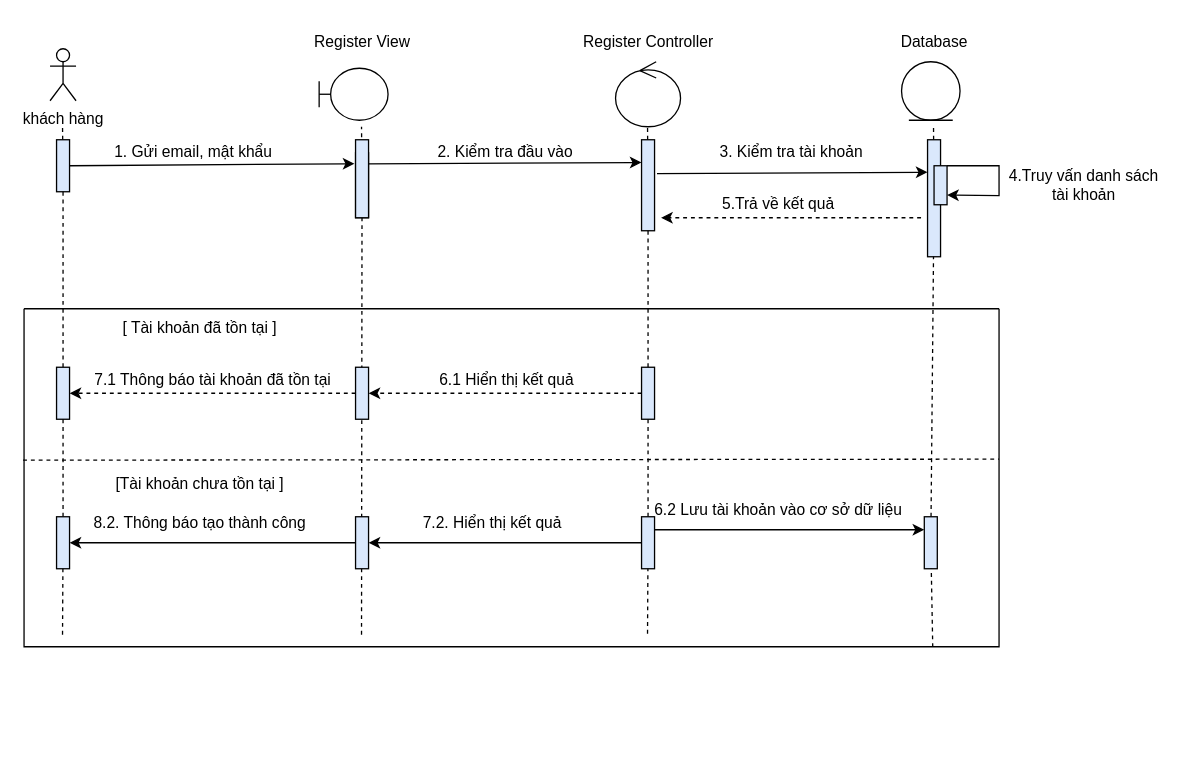
This is Nam3_HK1/CNPM_SoftTech/Sequence Diagrams/Quân Huỳnh/SD_ĐăngKý.drawio from EdgarIgnite16/SGU-Course, a draw.io file, before an edit. Source tidied: cells renumbered, new cells numbered last; positions are measured from the earlier drawing's top-left corner, leaving out a move shared by most shapes. Both pictures are drawn from the tidied source at 130%, with x=0, y=0 at pixel (23, 22).
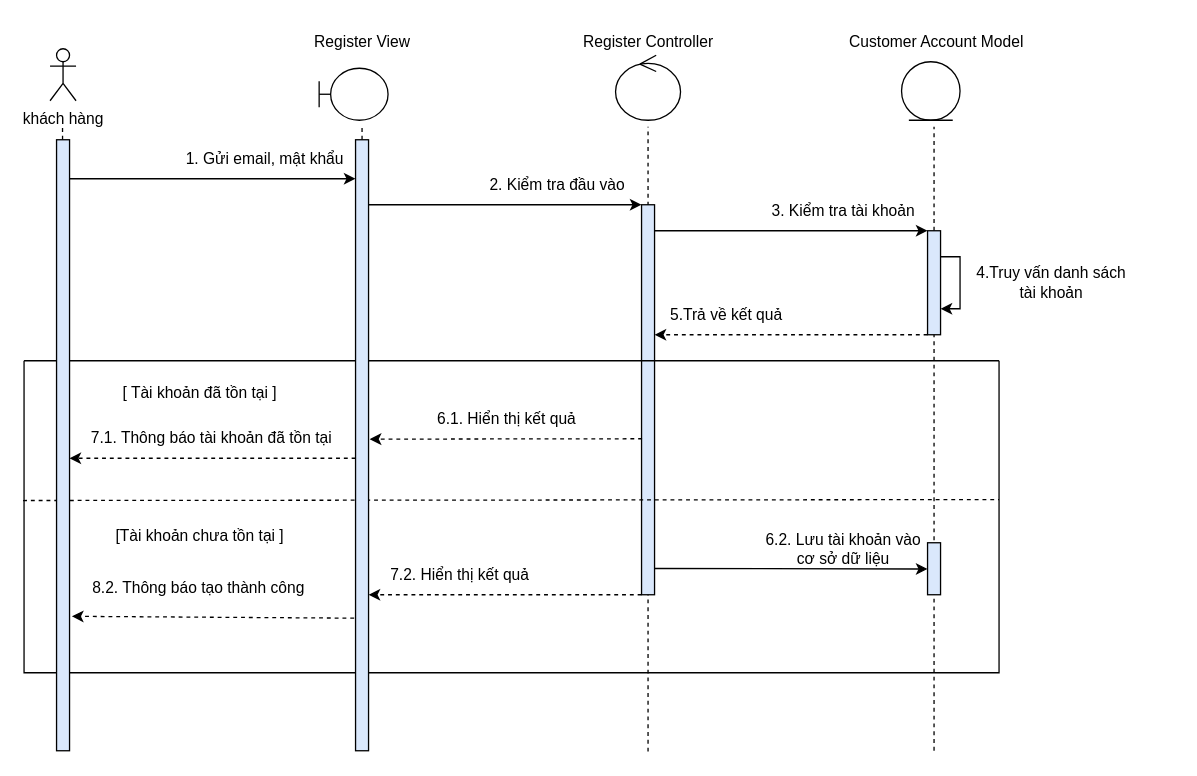
Above is the later version.

What changed in the source:
```diff
@@
-    <mxCell id="2" style="endArrow=none;dashed=1;html=1;rounded=0;" parent="1" edge="1" target="53">
-      <mxGeometry relative="1" as="geometry">
-        <mxPoint x="259.6" y="470.7" as="sourcePoint" />
-      </mxGeometry>
-    </mxCell>
+    <mxCell id="13" style="endArrow=none;dashed=1;html=1;rounded=0;startArrow=none;" parent="1" edge="1" target="12">
+      <mxGeometry relative="1" as="geometry">
+        <mxPoint x="480" y="305" as="sourcePoint" />
+      </mxGeometry>
+    </mxCell>
@@
-    <mxCell id="5" style="endArrow=none;dashed=1;html=1;rounded=0;startArrow=none;" parent="1" edge="1" source="53">
+    <mxCell id="5" style="endArrow=none;dashed=1;html=1;rounded=0;startArrow=none;exitX=0.5;exitY=0;exitDx=0;exitDy=0;" parent="1" edge="1" source="54">
       <mxGeometry relative="1" as="geometry">
-        <mxPoint x="259.6" y="80" as="targetPoint" />
+        <mxPoint x="260" y="80" as="targetPoint" />
       </mxGeometry>
     </mxCell>
-    <mxCell id="6" style="endArrow=none;dashed=1;html=1;rounded=0;startArrow=none;" parent="1" edge="1" source="12">
+    <mxCell id="6" style="endArrow=none;dashed=1;html=1;rounded=0;startArrow=none;" parent="1" edge="1">
       <mxGeometry relative="1" as="geometry">
-        <mxPoint x="479.6" y="79.3" as="targetPoint" />
+        <mxPoint x="480" y="560.6" as="sourcePoint" />
+        <mxPoint x="480" y="80" as="targetPoint" />
       </mxGeometry>
     </mxCell>
     <mxCell id="7" style="endArrow=none;dashed=1;html=1;rounded=0;startArrow=none;" parent="1" edge="1" source="17">
       <mxGeometry relative="1" as="geometry">
-        <mxPoint x="699.6" y="80" as="targetPoint" />
+        <mxPoint x="700" y="80" as="targetPoint" />
       </mxGeometry>
     </mxCell>
-    <mxCell id="8" style="rounded=0;whiteSpace=wrap;html=1;fillColor=#DAE8FC;" parent="1" vertex="1">
-      <mxGeometry x="25" y="90" width="10" height="40" as="geometry" />
-    </mxCell>
-    <mxCell id="9" style="endArrow=none;dashed=1;html=1;rounded=0;startArrow=none;" parent="1" edge="1" source="31" target="8">
-      <mxGeometry relative="1" as="geometry" />
-    </mxCell>
-    <mxCell id="10" style="endArrow=classic;html=1;rounded=0;entryX=-0.082;entryY=0.169;entryDx=0;entryDy=0;entryPerimeter=0;exitX=1;exitY=0.5;exitDx=0;exitDy=0;" parent="1" edge="1" source="8" target="53">
-      <mxGeometry relative="1" as="geometry" />
-    </mxCell>
     <mxCell id="11" value="1. Gửi email, mật khẩu" style="text;html=1;align=center;verticalAlign=middle;strokeColor=none;fillColor=none;" parent="1" vertex="1">
-      <mxGeometry x="60" y="85" width="140" height="30" as="geometry" />
+      <mxGeometry x="115" y="90" width="140" height="30" as="geometry" />
     </mxCell>
+    <mxCell id="59" style="edgeStyle=orthogonalEdgeStyle;rounded=0;jettySize=auto;html=1;" parent="1" edge="1" source="12" target="17">
+      <mxGeometry relative="1" as="geometry">
+        <Array as="points">
+          <mxPoint x="540" y="160" />
+          <mxPoint x="540" y="160" />
+        </Array>
+      </mxGeometry>
+    </mxCell>
     <mxCell id="12" style="rounded=0;whiteSpace=wrap;html=1;fillColor=#DAE8FC;" parent="1" vertex="1">
-      <mxGeometry x="475" y="90" width="10" height="70" as="geometry" />
+      <mxGeometry x="475" y="140" width="10" height="300" as="geometry" />
     </mxCell>
-    <mxCell id="13" style="endArrow=none;dashed=1;html=1;rounded=0;startArrow=none;" parent="1" edge="1" source="40" target="12">
-      <mxGeometry relative="1" as="geometry" />
-    </mxCell>
-    <mxCell id="14" style="endArrow=classic;html=1;rounded=0;entryX=0;entryY=0.25;entryDx=0;entryDy=0;exitX=0.948;exitY=0.171;exitDx=0;exitDy=0;exitPerimeter=0;" parent="1" edge="1" source="53" target="12">
-      <mxGeometry relative="1" as="geometry" />
-    </mxCell>
     <mxCell id="15" value="2. Kiểm tra đầu vào" style="text;html=1;align=center;verticalAlign=middle;strokeColor=none;fillColor=none;" parent="1" vertex="1">
-      <mxGeometry x="305" y="85" width="130" height="30" as="geometry" />
+      <mxGeometry x="345" y="110" width="130" height="30" as="geometry" />
     </mxCell>
-    <mxCell id="16" style="endArrow=classic;html=1;rounded=0;exitX=1.187;exitY=0.373;exitDx=0;exitDy=0;exitPerimeter=0;" parent="1" edge="1" source="12">
-      <mxGeometry relative="1" as="geometry">
-        <mxPoint x="695" y="115" as="targetPoint" />
-      </mxGeometry>
-    </mxCell>
+    <mxCell id="60" style="edgeStyle=orthogonalEdgeStyle;rounded=0;jettySize=auto;html=1;dashed=1;" parent="1" edge="1" source="17" target="12">
+      <mxGeometry relative="1" as="geometry">
+        <Array as="points">
+          <mxPoint x="640" y="240" />
+          <mxPoint x="640" y="240" />
+        </Array>
+      </mxGeometry>
+    </mxCell>
     <mxCell id="17" style="rounded=0;whiteSpace=wrap;html=1;fillColor=#DAE8FC;" parent="1" vertex="1">
-      <mxGeometry x="695" y="90" width="10" height="90" as="geometry" />
+      <mxGeometry x="695" y="160" width="10" height="80" as="geometry" />
     </mxCell>
-    <mxCell id="18" style="endArrow=none;dashed=1;html=1;rounded=0;startArrow=none;" parent="1" edge="1" source="50" target="17">
-      <mxGeometry relative="1" as="geometry" />
+    <mxCell id="18" style="endArrow=none;dashed=1;html=1;rounded=0;startArrow=none;" parent="1" edge="1" target="17">
+      <mxGeometry relative="1" as="geometry">
+        <mxPoint x="700" y="560" as="sourcePoint" />
+      </mxGeometry>
     </mxCell>
     <mxCell id="19" value="3. Kiểm tra tài khoản" style="text;html=1;align=center;verticalAlign=middle;strokeColor=none;fillColor=none;" parent="1" vertex="1">
-      <mxGeometry x="525" y="85" width="130" height="30" as="geometry" />
+      <mxGeometry x="565" y="130" width="130" height="30" as="geometry" />
     </mxCell>
@@
     <mxCell id="23" style="ellipse;shape=umlControl;whiteSpace=wrap;html=1;" parent="1" vertex="1">
-      <mxGeometry x="455" y="30" width="50" height="50" as="geometry" />
+      <mxGeometry x="455" y="25" width="50" height="50" as="geometry" />
     </mxCell>
-    <mxCell id="24" value="Database" style="text;html=1;align=center;verticalAlign=middle;strokeColor=none;fillColor=none;" parent="1" vertex="1">
-      <mxGeometry x="665" width="70" height="30" as="geometry" />
+    <mxCell id="24" value="&amp;nbsp;Customer Account Model" style="text;html=1;align=center;verticalAlign=middle;strokeColor=none;fillColor=none;" parent="1" vertex="1">
+      <mxGeometry x="620" width="160" height="30" as="geometry" />
     </mxCell>
@@
-    <mxCell id="26" style="endArrow=classic;html=1;rounded=0;dashed=1;" parent="1" edge="1">
-      <mxGeometry relative="1" as="geometry">
-        <mxPoint x="690" y="150" as="sourcePoint" />
-        <mxPoint x="490" y="150" as="targetPoint" />
-      </mxGeometry>
-    </mxCell>
     <mxCell id="27" value="5.Trả về kết quả" style="text;html=1;align=center;verticalAlign=middle;strokeColor=none;fillColor=none;" parent="1" vertex="1">
-      <mxGeometry x="525" y="125" width="110" height="30" as="geometry" />
+      <mxGeometry x="485" y="210" width="110" height="30" as="geometry" />
     </mxCell>
-    <mxCell id="28" style="rounded=0;whiteSpace=wrap;html=1;fillStyle=auto;fillColor=#DAE8FC;" parent="1" vertex="1">
-      <mxGeometry x="700" y="110" width="10" height="30" as="geometry" />
-    </mxCell>
-    <mxCell id="29" style="endArrow=classic;html=1;rounded=0;exitX=1;exitY=0;exitDx=0;exitDy=0;entryX=1;entryY=0.75;entryDx=0;entryDy=0;" parent="1" edge="1" source="28" target="28">
-      <mxGeometry relative="1" as="geometry">
-        <Array as="points">
-          <mxPoint x="750" y="110" />
-          <mxPoint x="750" y="133" />
-        </Array>
-      </mxGeometry>
-    </mxCell>
     <mxCell id="30" value="4.Truy vấn danh sách&lt;br&gt;tài khoản" style="text;html=1;align=center;verticalAlign=middle;strokeColor=none;fillColor=none;" parent="1" vertex="1">
-      <mxGeometry x="745" y="105" width="140" height="40" as="geometry" />
+      <mxGeometry x="720" y="180" width="140" height="40" as="geometry" />
     </mxCell>
-    <mxCell id="31" style="rounded=0;whiteSpace=wrap;html=1;fillColor=#DAE8FC;" parent="1" vertex="1">
-      <mxGeometry x="25" y="265" width="10" height="40" as="geometry" />
-    </mxCell>
-    <mxCell id="32" style="endArrow=none;dashed=1;html=1;rounded=0;startArrow=none;" parent="1" edge="1" source="57" target="31">
-      <mxGeometry relative="1" as="geometry" />
-    </mxCell>
-    <mxCell id="33" style="endArrow=classic;html=1;rounded=0;dashed=1;entryX=1;entryY=0.5;entryDx=0;entryDy=0;exitX=0;exitY=0.5;exitDx=0;exitDy=0;" parent="1" edge="1" source="42" target="31">
-      <mxGeometry relative="1" as="geometry" />
+    <mxCell id="33" style="endArrow=classic;html=1;rounded=0;dashed=1;exitX=0;exitY=0.75;exitDx=0;exitDy=0;entryX=0.993;entryY=0.585;entryDx=0;entryDy=0;entryPerimeter=0;" parent="1" edge="1">
+      <mxGeometry relative="1" as="geometry">
+        <mxPoint x="255" y="335" as="sourcePoint" />
+        <mxPoint x="34.9" y="335" as="targetPoint" />
+      </mxGeometry>
     </mxCell>
@@
     <mxCell id="35" style="swimlane;startSize=0;" parent="1" vertex="1">
-      <mxGeometry y="220" width="750" height="260" as="geometry" />
+      <mxGeometry y="260" width="750" height="240" as="geometry" />
     </mxCell>
     <mxCell id="36" value="[ Tài khoản đã tồn tại ]" style="text;html=1;align=center;verticalAlign=middle;strokeColor=none;fillColor=none;" parent="35" vertex="1">
-      <mxGeometry x="65" width="140" height="30" as="geometry" />
+      <mxGeometry x="65" y="10" width="140" height="30" as="geometry" />
     </mxCell>
-    <mxCell id="37" value="7.1 Thông báo tài khoản đã tồn tại" style="text;html=1;align=center;verticalAlign=middle;strokeColor=none;fillColor=none;" parent="35" vertex="1">
-      <mxGeometry x="45" y="45" width="200" height="20" as="geometry" />
+    <mxCell id="37" value="7.1. Thông báo tài khoản đã tồn tại" style="text;html=1;align=center;verticalAlign=middle;strokeColor=none;fillColor=none;" parent="35" vertex="1">
+      <mxGeometry x="39" y="45" width="210" height="30" as="geometry" />
     </mxCell>
-    <mxCell id="38" style="endArrow=classic;html=1;rounded=0;exitX=0;exitY=0.5;exitDx=0;exitDy=0;dashed=1;entryX=1;entryY=0.5;entryDx=0;entryDy=0;" parent="35" edge="1" source="40" target="42">
-      <mxGeometry relative="1" as="geometry" />
-    </mxCell>
-    <mxCell id="39" value="6.1 Hiển thị kết quả" style="text;html=1;align=center;verticalAlign=middle;strokeColor=none;fillColor=none;" parent="35" vertex="1">
-      <mxGeometry x="310.5" y="45" width="120" height="20" as="geometry" />
+    <mxCell id="39" value="6.1. Hiển thị kết quả" style="text;html=1;align=center;verticalAlign=middle;strokeColor=none;fillColor=none;" parent="35" vertex="1">
+      <mxGeometry x="305.5" y="30" width="130" height="30" as="geometry" />
     </mxCell>
-    <mxCell id="40" style="rounded=0;whiteSpace=wrap;html=1;fillColor=#DAE8FC;" parent="35" vertex="1">
-      <mxGeometry x="475" y="45" width="10" height="40" as="geometry" />
-    </mxCell>
@@
-    <mxCell id="42" style="rounded=0;whiteSpace=wrap;html=1;fillColor=#DAE8FC;strokeColor=#000000;" parent="35" vertex="1">
-      <mxGeometry x="255" y="45" width="10" height="40" as="geometry" />
-    </mxCell>
-    <mxCell id="43" value="6.2 Lưu tài khoản vào cơ sở dữ liệu" style="text;html=1;align=center;verticalAlign=middle;strokeColor=none;fillColor=none;" parent="35" vertex="1">
-      <mxGeometry x="475" y="145" width="210" height="20" as="geometry" />
-    </mxCell>
-    <mxCell id="44" style="rounded=0;whiteSpace=wrap;html=1;fillColor=#DAE8FC;" parent="35" vertex="1">
-      <mxGeometry x="255" y="160" width="10" height="40" as="geometry" />
-    </mxCell>
     <mxCell id="45" value="7.2. Hiển thị kết quả" style="text;html=1;align=center;verticalAlign=middle;strokeColor=none;fillColor=none;" parent="35" vertex="1">
-      <mxGeometry x="300" y="155" width="120" height="20" as="geometry" />
+      <mxGeometry x="270" y="150" width="130" height="30" as="geometry" />
     </mxCell>
     <mxCell id="46" value="8.2. Thông báo tạo thành công" style="text;html=1;align=center;verticalAlign=middle;strokeColor=none;fillColor=none;" parent="35" vertex="1">
-      <mxGeometry x="45" y="155" width="180" height="20" as="geometry" />
+      <mxGeometry x="39" y="160" width="190" height="30" as="geometry" />
     </mxCell>
-    <mxCell id="47" style="endArrow=none;dashed=1;html=1;rounded=0;startArrow=none;" parent="1" edge="1" source="48" target="40">
-      <mxGeometry relative="1" as="geometry" />
-    </mxCell>
-    <mxCell id="48" style="rounded=0;whiteSpace=wrap;html=1;fillColor=#DAE8FC;" parent="1" vertex="1">
-      <mxGeometry x="475" y="380" width="10" height="40" as="geometry" />
-    </mxCell>
-    <mxCell id="49" style="endArrow=none;dashed=1;html=1;rounded=0;" parent="1" edge="1" target="48">
-      <mxGeometry relative="1" as="geometry">
-        <mxPoint x="479.6" y="470" as="sourcePoint" />
-      </mxGeometry>
-    </mxCell>
-    <mxCell id="50" style="rounded=0;whiteSpace=wrap;html=1;fillColor=#DAE8FC;" parent="1" vertex="1">
-      <mxGeometry x="692.5" y="380" width="10" height="40" as="geometry" />
-    </mxCell>
-    <mxCell id="51" style="endArrow=none;dashed=1;html=1;rounded=0;exitX=0.932;exitY=1.001;exitDx=0;exitDy=0;exitPerimeter=0;" parent="1" edge="1" source="35" target="50">
-      <mxGeometry relative="1" as="geometry" />
-    </mxCell>
+    <mxCell id="61" style="html=1;perimeter=orthogonalPerimeter;fillColor=#dae8fc;strokeColor=#000000;" parent="35" vertex="1">
+      <mxGeometry x="695" y="140" width="10" height="40" as="geometry" />
+    </mxCell>
-    <mxCell id="52" style="endArrow=classic;html=1;rounded=0;exitX=1;exitY=0.25;exitDx=0;exitDy=0;entryX=0;entryY=0.25;entryDx=0;entryDy=0;" parent="1" edge="1" source="48" target="50">
-      <mxGeometry relative="1" as="geometry" />
+    <mxCell id="52" style="endArrow=classic;html=1;rounded=0;exitX=0.989;exitY=0.147;exitDx=0;exitDy=0;entryX=-0.014;entryY=0.159;entryDx=0;entryDy=0;exitPerimeter=0;entryPerimeter=0;" parent="35" edge="1">
+      <mxGeometry relative="1" as="geometry">
+        <mxPoint x="485" y="159.8" as="sourcePoint" />
+        <mxPoint x="695" y="160.2" as="targetPoint" />
+      </mxGeometry>
     </mxCell>
-    <mxCell id="53" style="rounded=0;whiteSpace=wrap;html=1;fillColor=#DAE8FC;" parent="1" vertex="1">
-      <mxGeometry x="255" y="100" width="10" height="50" as="geometry" />
-    </mxCell>
-    <mxCell id="54" style="rounded=0;whiteSpace=wrap;html=1;fillColor=#DAE8FC;" parent="1" vertex="1">
-      <mxGeometry x="255" y="90" width="10" height="60" as="geometry" />
-    </mxCell>
+    <mxCell id="43" value="6.2. Lưu tài khoản vào &lt;br&gt;cơ sở dữ liệu" style="text;html=1;align=center;verticalAlign=middle;strokeColor=none;fillColor=none;" parent="35" vertex="1">
+      <mxGeometry x="565" y="130" width="130" height="30" as="geometry" />
+    </mxCell>
-    <mxCell id="55" style="endArrow=classic;html=1;rounded=0;exitX=0;exitY=0.5;exitDx=0;exitDy=0;entryX=1;entryY=0.5;entryDx=0;entryDy=0;" parent="1" edge="1" source="48" target="44">
-      <mxGeometry relative="1" as="geometry" />
+    <mxCell id="55" style="endArrow=classic;html=1;rounded=0;exitX=0;exitY=0.5;exitDx=0;exitDy=0;entryX=1;entryY=0.5;entryDx=0;entryDy=0;dashed=1;" parent="1" edge="1">
+      <mxGeometry relative="1" as="geometry">
+        <mxPoint x="475" y="440" as="sourcePoint" />
+        <mxPoint x="265" y="440" as="targetPoint" />
+      </mxGeometry>
     </mxCell>
-    <mxCell id="56" style="endArrow=classic;html=1;rounded=0;exitX=0;exitY=0.5;exitDx=0;exitDy=0;entryX=1;entryY=0.5;entryDx=0;entryDy=0;" parent="1" edge="1" source="44" target="57">
+    <mxCell id="56" style="endArrow=classic;html=1;rounded=0;dashed=1;entryX=1.177;entryY=0.78;entryDx=0;entryDy=0;entryPerimeter=0;exitX=-0.107;exitY=0.783;exitDx=0;exitDy=0;exitPerimeter=0;" parent="1" edge="1" source="54" target="8">
       <mxGeometry relative="1" as="geometry" />
     </mxCell>
-    <mxCell id="57" style="rounded=0;whiteSpace=wrap;html=1;fillColor=#DAE8FC;" parent="1" vertex="1">
-      <mxGeometry x="25" y="380" width="10" height="40" as="geometry" />
-    </mxCell>
-    <mxCell id="58" style="endArrow=none;dashed=1;html=1;rounded=0;" parent="1" edge="1" target="57">
-      <mxGeometry relative="1" as="geometry">
-        <mxPoint x="29.6" y="470.7" as="sourcePoint" />
-      </mxGeometry>
-    </mxCell>
+    <mxCell id="62" style="edgeStyle=orthogonalEdgeStyle;rounded=0;jettySize=auto;html=1;" parent="1" edge="1" source="54" target="12">
+      <mxGeometry relative="1" as="geometry">
+        <Array as="points">
+          <mxPoint x="370" y="140" />
+          <mxPoint x="370" y="140" />
+        </Array>
+      </mxGeometry>
+    </mxCell>
+    <mxCell id="54" style="rounded=0;whiteSpace=wrap;html=1;fillColor=#DAE8FC;" parent="1" vertex="1">
+      <mxGeometry x="255" y="90" width="10" height="470" as="geometry" />
+    </mxCell>
+    <mxCell id="63" style="edgeStyle=orthogonalEdgeStyle;rounded=0;jettySize=auto;html=1;" parent="1" edge="1" source="8" target="54">
+      <mxGeometry relative="1" as="geometry">
+        <Array as="points">
+          <mxPoint x="150" y="120" />
+          <mxPoint x="150" y="120" />
+        </Array>
+      </mxGeometry>
+    </mxCell>
+    <mxCell id="8" style="rounded=0;whiteSpace=wrap;html=1;fillColor=#DAE8FC;" parent="1" vertex="1">
+      <mxGeometry x="25" y="90" width="10" height="470" as="geometry" />
+    </mxCell>
+    <mxCell id="38" style="endArrow=classic;html=1;rounded=0;exitX=0.043;exitY=0.374;exitDx=0;exitDy=0;dashed=1;exitPerimeter=0;entryX=1.087;entryY=0.49;entryDx=0;entryDy=0;entryPerimeter=0;" parent="1" edge="1" target="54">
+      <mxGeometry relative="1" as="geometry">
+        <mxPoint x="475.4" y="320" as="sourcePoint" />
+      </mxGeometry>
+    </mxCell>
+    <mxCell id="64" style="edgeStyle=orthogonalEdgeStyle;rounded=0;orthogonalLoop=1;jettySize=auto;html=1;" parent="1" edge="1" source="17" target="17">
+      <mxGeometry relative="1" as="geometry">
+        <Array as="points">
+          <mxPoint x="720" y="180" />
+        </Array>
+      </mxGeometry>
+    </mxCell>
```
